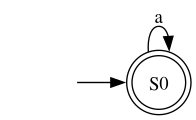
The Graphviz diagram lab2/dfa.png in konstantin2506/automata_theory, before a commit. Its source is kept beside it as lab2/dfa.dot.
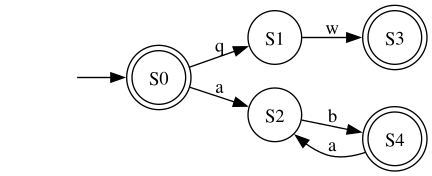
The same file after the commit.

The edit, as a diff of the source:
```diff
@@ -3,9 +3,17 @@
 
     start [shape=none, label=""];
 
-    "1,2" [label="S0", shape=doublecircle];
+    0 [label="S0", shape=doublecircle];
+    1 [label="S1", shape=circle];
+    2 [label="S2", shape=circle];
+    3 [label="S3", shape=doublecircle];
+    4 [label="S4", shape=doublecircle];
 
-    start -> "1,2";
+    start -> 0;
 
-    "1,2" -> "1,2" [label="a"];
+    0 -> 1 [label="q"];
+    0 -> 2 [label="a"];
+    1 -> 3 [label="w"];
+    2 -> 4 [label="b"];
+    4 -> 2 [label="a"];
 }
```
